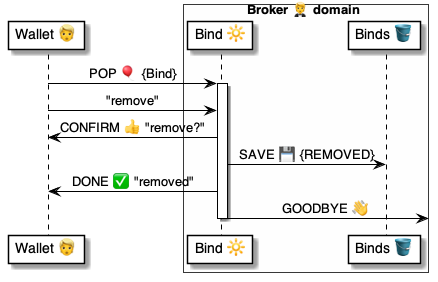
Before: 4 ⚙️ Solution/20 🧑‍🦰 UI/Brokers 🤵/🤵🔆 Broker locators/PopBind 🔆/Bind » Remove/🤵 PopBindRemove ⚙️ uml.png, a diagram exported from PlantUML (pollyweb-org/pollyweb-docs). Its source is kept beside it as 4 ⚙️ Solution/20 🧑‍🦰 UI/Brokers 🤵/🤵🔆 Broker locators/PopBind 🔆/Bind » Remove/🤵 PopBindRemove ⚙️ uml.puml. Its diagram source:
```plantuml
@startuml PopBindRemove

participant "Wallet 👱" as wallet
box Broker 🤵 domain #FFFFFA
    participant "Chat 🔆" as chat
    participant "Binds 🪣" as binds
end box


wallet -> chat: POP 🎈 {Chat}

activate chat
    wallet -> chat: "remove"
    chat -> wallet: CONFIRM 👍 "remove?"
    chat -> binds: SAVE 💾 {REMOVED}
    chat -> wallet: DONE ✅ "removed"
    chat -> : GOODBYE 👋
deactivate chat

@enduml
```
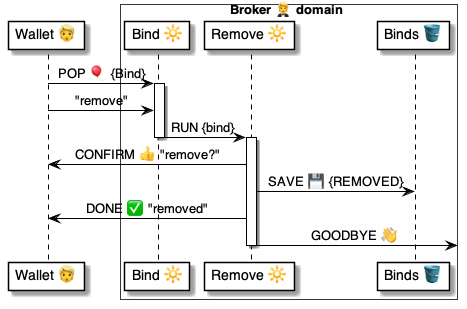
The same file after the commit.

Change to the diagram source:
```diff
@@ -2,19 +2,24 @@
 
 participant "Wallet 👱" as wallet
 box Broker 🤵 domain #FFFFFA
-    participant "Chat 🔆" as chat
+    participant "Bind 🔆" as bind
+    participant "Remove 🔆" as remove
     participant "Binds 🪣" as binds
 end box
 
 
-wallet -> chat: POP 🎈 {Chat}
+wallet -> bind: POP 🎈 {Bind}
 
-activate chat
-    wallet -> chat: "remove"
-    chat -> wallet: CONFIRM 👍 "remove?"
-    chat -> binds: SAVE 💾 {REMOVED}
-    chat -> wallet: DONE ✅ "removed"
-    chat -> : GOODBYE 👋
-deactivate chat
+activate bind
+    wallet -> bind: "remove"
+    bind -> remove: RUN {bind}
+deactivate bind
+
+activate remove
+    remove -> wallet: CONFIRM 👍 "remove?"
+    remove -> binds: SAVE 💾 {REMOVED}
+    remove -> wallet: DONE ✅ "removed"
+    remove -> : GOODBYE 👋
+deactivate remove
 
 @enduml
```
